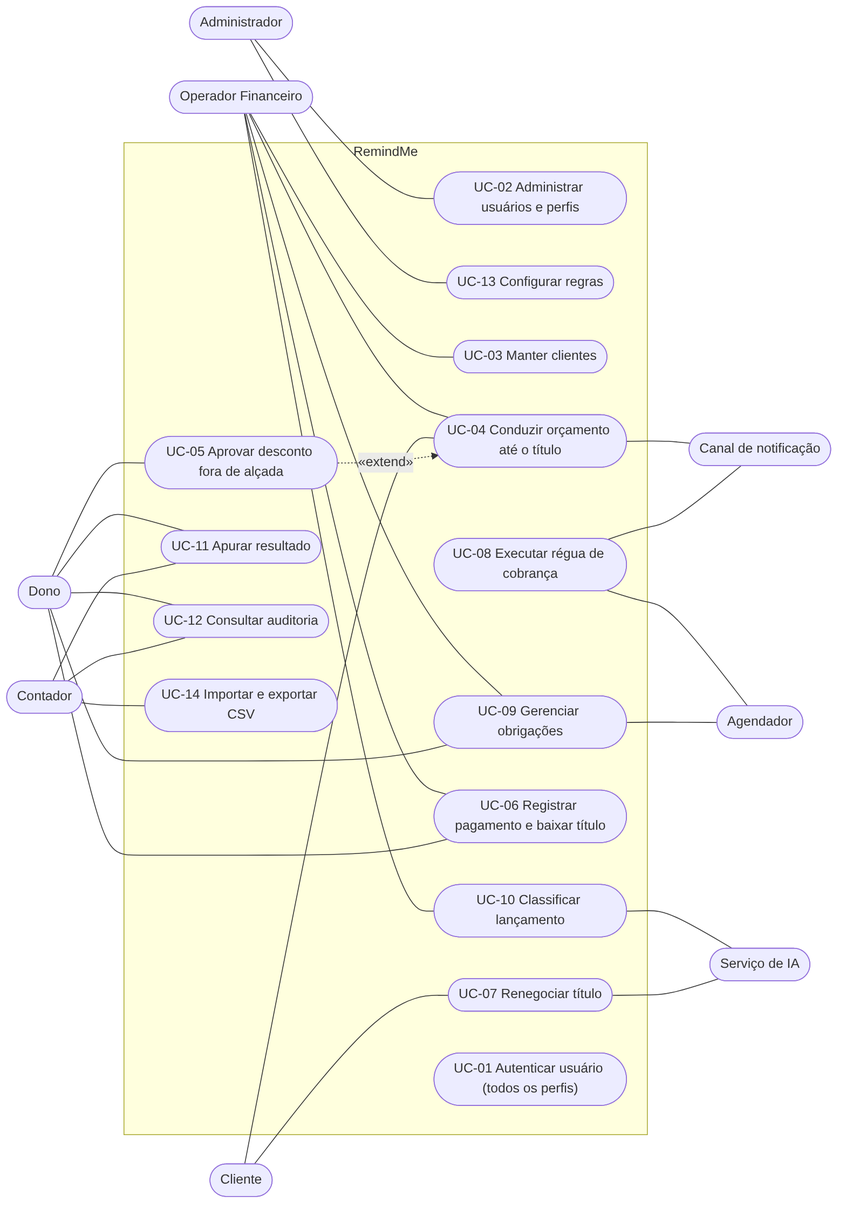
This is docs/uml/casos-de-uso.png from pedroguerra0603/Projeto_RemindMe, a Mermaid export, as it was before one commit. Its source is kept beside it as docs/uml/casos-de-uso.mmd. Source of this version:
```mermaid
flowchart LR
    Admin([Administrador])
    Operador([Operador Financeiro])
    Cliente([Cliente])
    Dono([Dono])
    Contador([Contador])

    subgraph RemindMe
        UC02(["UC-02 Administrar usuários e perfis"])
        UC13(["UC-13 Configurar regras"])
        UC03(["UC-03 Manter clientes"])
        UC10(["UC-10 Classificar lançamento"])
        UC04(["UC-04 Conduzir orçamento até o título"])
        UC07(["UC-07 Renegociar título"])
        UC06(["UC-06 Registrar pagamento e baixar título"])
        UC05(["UC-05 Aprovar desconto fora de alçada"])
        UC09(["UC-09 Gerenciar obrigações"])
        UC11(["UC-11 Apurar resultado"])
        UC12(["UC-12 Consultar auditoria"])
        UC14(["UC-14 Importar e exportar CSV"])
        UC08(["UC-08 Executar régua de cobrança"])
        UC01(["UC-01 Autenticar usuário (todos os perfis)"])
    end

    IA([Serviço de IA])
    Canal([Canal de notificação])
    Agendador([Agendador])

    Admin --- UC02
    Admin --- UC13
    Operador --- UC03
    Operador --- UC10
    Operador --- UC04
    Operador --- UC06
    Operador --- UC09
    Cliente --- UC04
    Cliente --- UC07
    Dono --- UC06
    Dono --- UC05
    Dono --- UC09
    Dono --- UC11
    Dono --- UC12
    Contador --- UC11
    Contador --- UC12
    Contador --- UC14
    UC10 --- IA
    UC07 --- IA
    UC04 --- Canal
    UC08 --- Canal
    UC08 --- Agendador
    UC09 --- Agendador
    UC05 -. "«extend»" .-> UC04
```
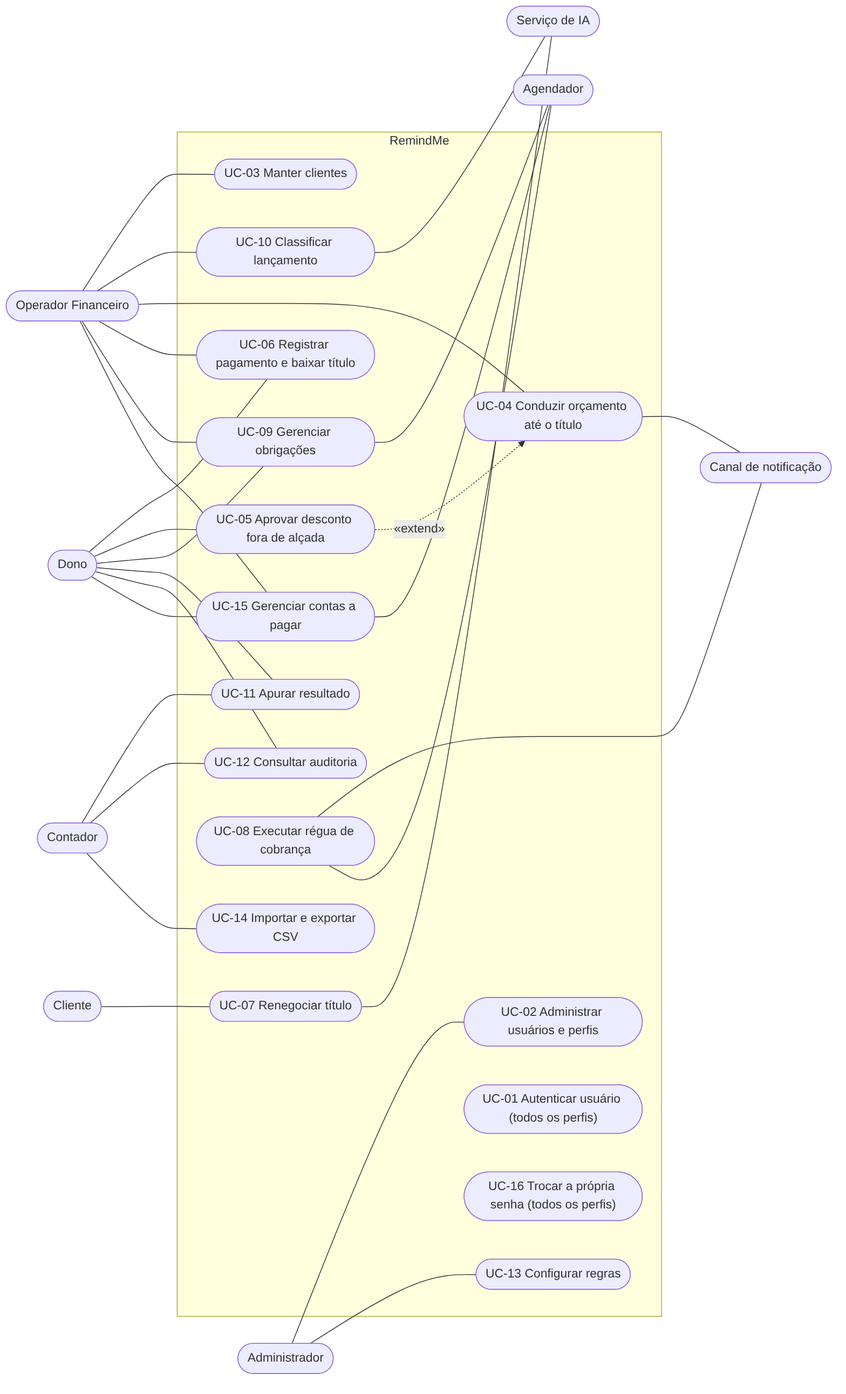
After the commit.

Commit message:
docs: inclui UC-15 e UC-16 no diagrama e alinha os casos de uso à OPEN-57

Change to the diagram source:
```diff
@@ -19,7 +19,9 @@
         UC12(["UC-12 Consultar auditoria"])
         UC14(["UC-14 Importar e exportar CSV"])
         UC08(["UC-08 Executar régua de cobrança"])
+        UC15(["UC-15 Gerenciar contas a pagar"])
         UC01(["UC-01 Autenticar usuário (todos os perfis)"])
+        UC16(["UC-16 Trocar a própria senha (todos os perfis)"])
     end
 
     IA([Serviço de IA])
@@ -33,13 +35,14 @@
     Operador --- UC04
     Operador --- UC06
     Operador --- UC09
-    Cliente --- UC04
+    Operador --- UC15
     Cliente --- UC07
     Dono --- UC06
     Dono --- UC05
     Dono --- UC09
     Dono --- UC11
     Dono --- UC12
+    Dono --- UC15
     Contador --- UC11
     Contador --- UC12
     Contador --- UC14
@@ -49,4 +52,5 @@
     UC08 --- Canal
     UC08 --- Agendador
     UC09 --- Agendador
+    UC15 --- Agendador
     UC05 -. "«extend»" .-> UC04
```
